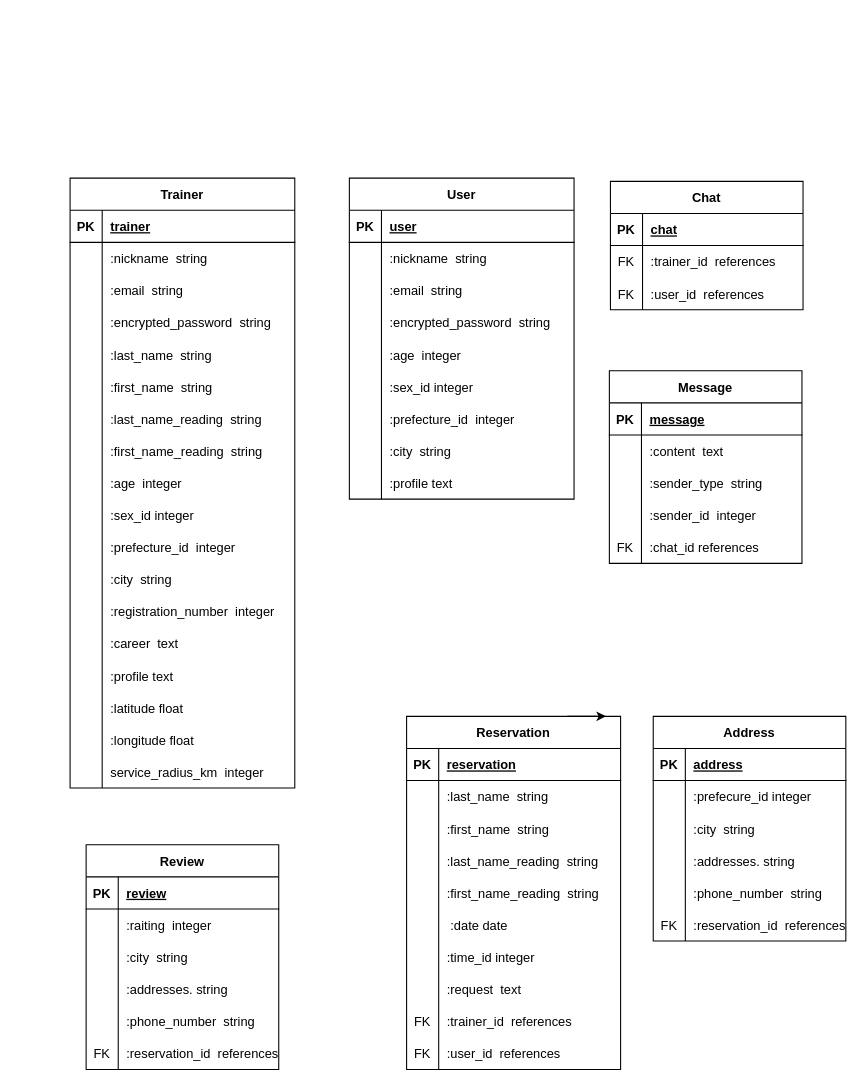
Above: page "ページ1" (1 of 2) of ER.dio in KaaiSato/physiofit-pro (draw.io), before the change. Source tidied: cells renumbered, new cells numbered last; positions are measured from the earlier drawing's top-left corner, leaving out a move shared by most shapes. Both pictures are drawn from the tidied source at 107%, with x=0, y=0 at pixel (70, 178).
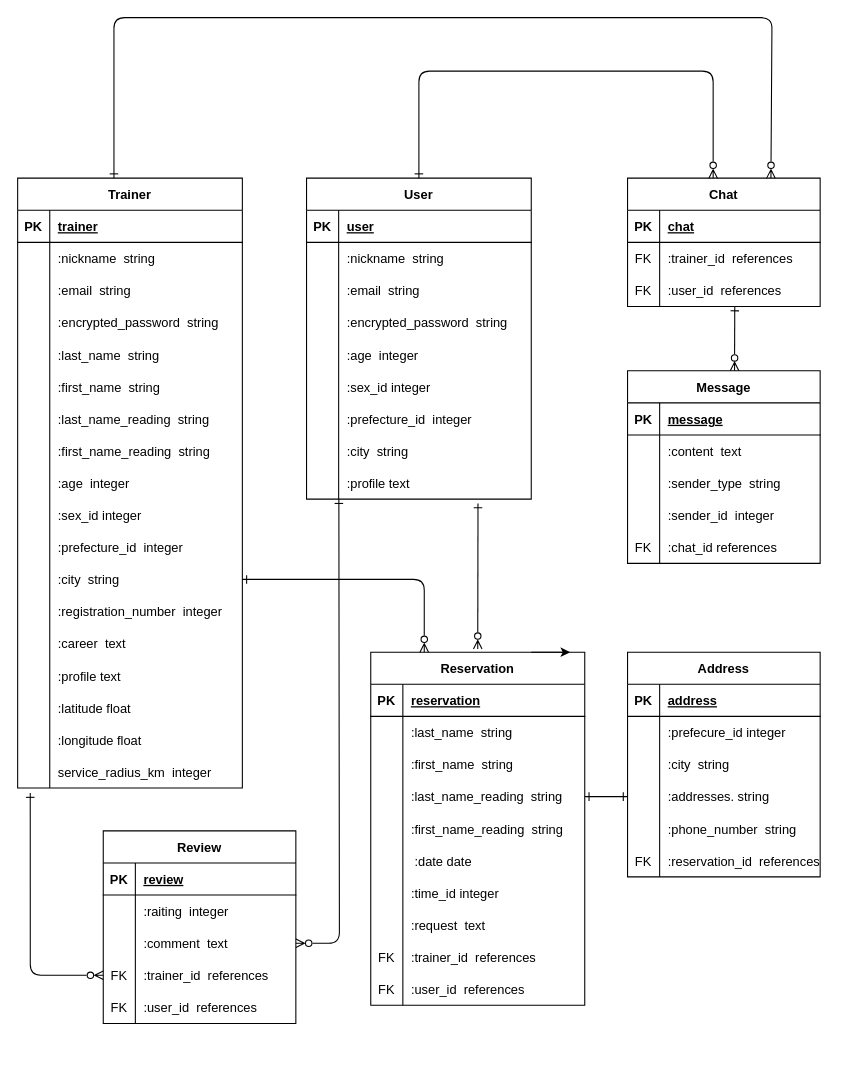
After the change.

Commit message (it also covers changes not shown here):
READMEファイルの作成

Unchanged cells that the change refers to:
```xml
<mxCell id="39" style="shape=tableRow;horizontal=0;startSize=0;swimlaneHead=0;swimlaneBody=0;fillColor=none;points=[[0,0.5],[1,0.5]];portConstraint=eastwest;top=0;left=0;right=0;bottom=0;" parent="5" vertex="1">
  <mxGeometry y="360" width="210" height="30" as="geometry" />
</mxCell>
<mxCell id="57" style="shape=tableRow;horizontal=0;startSize=0;swimlaneHead=0;swimlaneBody=0;fillColor=none;points=[[0,0.5],[1,0.5]];portConstraint=eastwest;top=0;left=0;right=0;bottom=0;" parent="5" vertex="1">
  <mxGeometry y="540" width="210" height="30" as="geometry" />
</mxCell>
<mxCell id="85" style="shape=tableRow;horizontal=0;startSize=0;swimlaneHead=0;swimlaneBody=0;fillColor=none;points=[[0,0.5],[1,0.5]];portConstraint=eastwest;top=0;left=0;right=0;bottom=0;" parent="60" vertex="1">
  <mxGeometry y="270" width="210" height="30" as="geometry" />
</mxCell>
<mxCell id="124" style="shape=tableRow;horizontal=0;startSize=0;swimlaneHead=0;swimlaneBody=0;fillColor=none;points=[[0,0.5],[1,0.5]];portConstraint=eastwest;top=0;left=0;right=0;bottom=0;" parent="114" vertex="1">
  <mxGeometry y="120" width="200" height="30" as="geometry" />
</mxCell>
<mxCell id="155" style="shape=tableRow;horizontal=0;startSize=0;swimlaneHead=0;swimlaneBody=0;fillColor=none;points=[[0,0.5],[1,0.5]];portConstraint=eastwest;top=0;left=0;right=0;bottom=0;" parent="145" vertex="1">
  <mxGeometry y="120" width="180" height="30" as="geometry" />
</mxCell>
<mxCell id="172" style="shape=tableRow;horizontal=0;startSize=0;swimlaneHead=0;swimlaneBody=0;fillColor=none;points=[[0,0.5],[1,0.5]];portConstraint=eastwest;top=0;left=0;right=0;bottom=0;" parent="165" vertex="1">
  <mxGeometry y="90" width="180" height="30" as="geometry" />
</mxCell>
<mxCell id="175" style="shape=tableRow;horizontal=0;startSize=0;swimlaneHead=0;swimlaneBody=0;fillColor=none;points=[[0,0.5],[1,0.5]];portConstraint=eastwest;top=0;left=0;right=0;bottom=0;" parent="165" vertex="1">
  <mxGeometry y="120" width="180" height="30" as="geometry" />
</mxCell>
```

Change to the diagram source:
```diff
@@
     <mxCell id="5" value="Trainer" style="shape=table;startSize=30;childLayout=tableLayout;rowLines=0;fontStyle=1;align=center;" parent="1" vertex="1">
-      <mxGeometry width="210" height="570" as="geometry" />
+      <mxGeometry x="-49" width="210" height="570" as="geometry" />
     </mxCell>
@@
     <mxCell id="60" value="User" style="shape=table;startSize=30;childLayout=tableLayout;rowLines=0;fontStyle=1;align=center;" parent="1" vertex="1">
-      <mxGeometry x="261" width="210" height="300" as="geometry" />
+      <mxGeometry x="221" width="210" height="300" as="geometry" />
     </mxCell>
@@
     <mxCell id="88" value="Chat" style="shape=table;startSize=30;childLayout=tableLayout;rowLines=0;fontStyle=1;align=center;" parent="1" vertex="1">
-      <mxGeometry x="505" y="3" width="180" height="120" as="geometry" />
+      <mxGeometry x="521" width="180" height="120" as="geometry" />
     </mxCell>
@@
     <mxCell id="98" value="Message" style="shape=table;startSize=30;childLayout=tableLayout;rowLines=0;fontStyle=1;align=center;" parent="1" vertex="1">
-      <mxGeometry x="504" y="180" width="180" height="180" as="geometry" />
+      <mxGeometry x="521" y="180" width="180" height="180" as="geometry" />
     </mxCell>
@@
     <mxCell id="114" value="Reservation" style="shape=table;startSize=30;childLayout=tableLayout;rowLines=0;fontStyle=1;align=center;" parent="1" vertex="1">
-      <mxGeometry x="314.5" y="503" width="200" height="330" as="geometry" />
+      <mxGeometry x="281" y="443" width="200" height="330" as="geometry" />
     </mxCell>
@@
     <mxCell id="145" value="Address" style="shape=table;startSize=30;childLayout=tableLayout;rowLines=0;fontStyle=1;align=center;" parent="1" vertex="1">
-      <mxGeometry x="545" y="503" width="180" height="210" as="geometry" />
+      <mxGeometry x="521" y="443" width="180" height="210" as="geometry" />
     </mxCell>
@@
     <mxCell id="165" value="Review" style="shape=table;startSize=30;childLayout=tableLayout;rowLines=0;fontStyle=1;align=center;" parent="1" vertex="1">
-      <mxGeometry x="15" y="623" width="180" height="210" as="geometry" />
+      <mxGeometry x="31" y="610" width="180" height="180" as="geometry" />
     </mxCell>
@@
-    <mxCell id="174" value=":city  string" style="shape=partialRectangle;fillColor=none;top=0;left=0;bottom=0;right=0;align=left;spacingLeft=6;overflow=hidden;" parent="172" vertex="1">
+    <mxCell id="174" value=":comment  text" style="shape=partialRectangle;fillColor=none;top=0;left=0;bottom=0;right=0;align=left;spacingLeft=6;overflow=hidden;" parent="172" vertex="1">
       <mxGeometry x="30" width="150" height="30" as="geometry" />
     </mxCell>
@@
-    <mxCell id="176" style="shape=partialRectangle;fillColor=none;top=0;left=0;bottom=0;right=0;overflow=hidden;" parent="175" vertex="1">
+    <mxCell id="176" value="FK" style="shape=partialRectangle;fillColor=none;top=0;left=0;bottom=0;right=0;overflow=hidden;" parent="175" vertex="1">
       <mxGeometry width="30" height="30" as="geometry" />
     </mxCell>
-    <mxCell id="177" value=":addresses. string" style="shape=partialRectangle;fillColor=none;top=0;left=0;bottom=0;right=0;align=left;spacingLeft=6;overflow=hidden;" parent="175" vertex="1">
+    <mxCell id="177" value=":trainer_id  references" style="shape=partialRectangle;fillColor=none;top=0;left=0;bottom=0;right=0;align=left;spacingLeft=6;overflow=hidden;" parent="175" vertex="1">
       <mxGeometry x="30" width="150" height="30" as="geometry" />
     </mxCell>
-    <mxCell id="178" style="shape=tableRow;horizontal=0;startSize=0;swimlaneHead=0;swimlaneBody=0;fillColor=none;top=0;left=0;right=0;bottom=0;" parent="165" vertex="1">
-      <mxGeometry y="150" width="180" height="30" as="geometry" />
-    </mxCell>
-    <mxCell id="179" style="shape=partialRectangle;fillColor=none;top=0;left=0;bottom=0;right=0;overflow=hidden;" parent="178" vertex="1">
-      <mxGeometry width="30" height="30" as="geometry" />
-    </mxCell>
-    <mxCell id="180" value=":phone_number  string" style="shape=partialRectangle;fillColor=none;top=0;left=0;bottom=0;right=0;align=left;spacingLeft=6;overflow=hidden;" parent="178" vertex="1">
-      <mxGeometry x="30" width="150" height="30" as="geometry" />
-    </mxCell>
     <mxCell id="181" style="shape=tableRow;horizontal=0;startSize=0;swimlaneHead=0;swimlaneBody=0;fillColor=none;top=0;left=0;right=0;bottom=0;" parent="165" vertex="1">
-      <mxGeometry y="180" width="180" height="30" as="geometry" />
+      <mxGeometry y="150" width="180" height="30" as="geometry" />
     </mxCell>
@@
-    <mxCell id="183" value=":reservation_id  references" style="shape=partialRectangle;fillColor=none;top=0;left=0;bottom=0;right=0;align=left;spacingLeft=6;overflow=hidden;" parent="181" vertex="1">
+    <mxCell id="183" value=":user_id  references" style="shape=partialRectangle;fillColor=none;top=0;left=0;bottom=0;right=0;align=left;spacingLeft=6;overflow=hidden;" parent="181" vertex="1">
       <mxGeometry x="30" width="150" height="30" as="geometry" />
     </mxCell>
+    <mxCell id="184" style="fontSize=12;html=1;endArrow=ERzeroToMany;startArrow=ERone;exitX=0.763;exitY=1.133;exitDx=0;exitDy=0;exitPerimeter=0;endFill=0;startFill=0;" parent="1" edge="1" source="85">
+      <mxGeometry relative="1" as="geometry">
+        <mxPoint x="381" y="440" as="targetPoint" />
+      </mxGeometry>
+    </mxCell>
+    <mxCell id="185" style="fontSize=12;html=1;endArrow=ERzeroToMany;startArrow=ERone;exitX=0.763;exitY=1.133;exitDx=0;exitDy=0;exitPerimeter=0;endFill=0;startFill=0;entryX=1;entryY=0.5;entryDx=0;entryDy=0;edgeStyle=orthogonalEdgeStyle;" parent="1" edge="1" target="172">
+      <mxGeometry relative="1" as="geometry">
+        <mxPoint x="251.2" y="300" as="sourcePoint" />
+      </mxGeometry>
+    </mxCell>
+    <mxCell id="186" style="fontSize=12;html=1;endArrow=ERzeroToMany;startArrow=ERone;exitX=1;exitY=0.5;exitDx=0;exitDy=0;endFill=0;startFill=0;entryX=0.25;entryY=0;entryDx=0;entryDy=0;edgeStyle=orthogonalEdgeStyle;" parent="1" edge="1" source="39" target="114">
+      <mxGeometry relative="1" as="geometry" />
+    </mxCell>
+    <mxCell id="187" style="fontSize=12;html=1;endArrow=ERzeroToMany;startArrow=ERone;exitX=0.056;exitY=1.156;exitDx=0;exitDy=0;endFill=0;startFill=0;entryX=0;entryY=0.5;entryDx=0;entryDy=0;exitPerimeter=0;edgeStyle=orthogonalEdgeStyle;" parent="1" edge="1" source="57" target="175">
+      <mxGeometry relative="1" as="geometry">
+        <Array as="points">
+          <mxPoint x="-37" y="745" />
+        </Array>
+      </mxGeometry>
+    </mxCell>
+    <mxCell id="188" style="fontSize=12;html=1;endArrow=ERzeroToMany;startArrow=ERone;endFill=0;startFill=0;edgeStyle=orthogonalEdgeStyle;exitX=0.5;exitY=0;exitDx=0;exitDy=0;" parent="1" edge="1" source="60" target="88">
+      <mxGeometry relative="1" as="geometry">
+        <Array as="points">
+          <mxPoint x="326" y="-100" />
+          <mxPoint x="601" y="-100" />
+        </Array>
+      </mxGeometry>
+    </mxCell>
+    <mxCell id="189" style="fontSize=12;html=1;endArrow=ERzeroToMany;startArrow=ERone;exitX=0.763;exitY=1.133;exitDx=0;exitDy=0;exitPerimeter=0;endFill=0;startFill=0;" parent="1" edge="1">
+      <mxGeometry relative="1" as="geometry">
+        <mxPoint x="621.2" y="120" as="sourcePoint" />
+        <mxPoint x="621" y="180" as="targetPoint" />
+      </mxGeometry>
+    </mxCell>
+    <mxCell id="190" style="fontSize=12;html=1;endArrow=ERzeroToMany;startArrow=ERone;endFill=0;startFill=0;entryX=0.828;entryY=0;entryDx=0;entryDy=0;entryPerimeter=0;edgeStyle=orthogonalEdgeStyle;exitX=0.5;exitY=0;exitDx=0;exitDy=0;" parent="1" edge="1">
+      <mxGeometry relative="1" as="geometry">
+        <mxPoint x="41" as="sourcePoint" />
+        <mxPoint x="655" as="targetPoint" />
+        <Array as="points">
+          <mxPoint x="41" y="-150" />
+          <mxPoint x="656" y="-150" />
+        </Array>
+      </mxGeometry>
+    </mxCell>
+    <mxCell id="191" style="fontSize=12;html=1;endArrow=ERone;startArrow=ERone;exitX=1;exitY=0.5;exitDx=0;exitDy=0;endFill=0;startFill=0;entryX=0;entryY=0.5;entryDx=0;entryDy=0;" parent="1" edge="1" source="124" target="155">
+      <mxGeometry relative="1" as="geometry" />
+    </mxCell>
```
